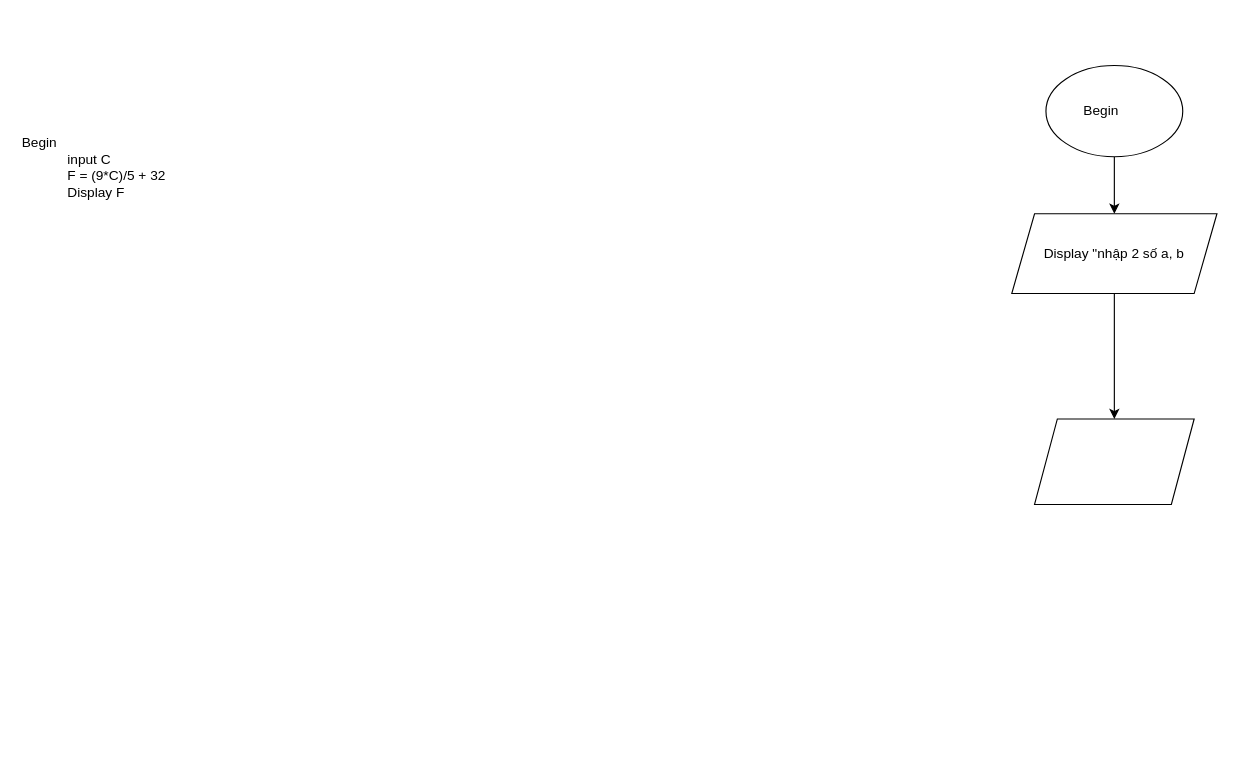
Trongtangoc/CGDN-C0824M1-Ta-Ngoc-Trong keeps this draw.io diagram as page "Convert temp" (1 of 2) of ss3_Hello_world/module1_ss3.drawio. Above is the earlier version. Source tidied: cells renumbered, new cells numbered last; positions are measured from the earlier drawing's top-left corner, leaving out a move shared by most shapes. Both pictures are drawn from the tidied source at 114%, with x=0, y=0 at pixel (19, 65).
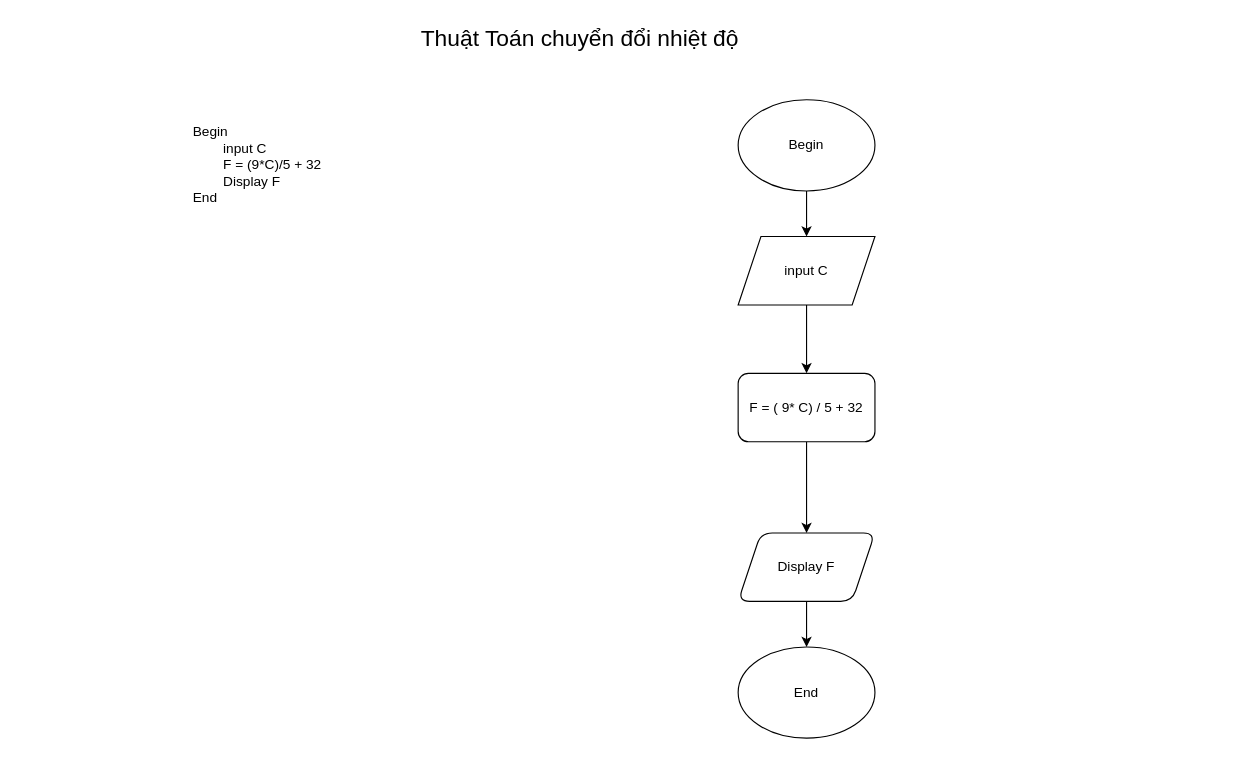
The same page after the edit.

Commit message:
Cập nhật module1_ss3.drawio

The edit, as a diff of the source:
```diff
@@
 <mxGraphModel>
   <root>
     <mxCell id="0" />
     <mxCell id="1" parent="0" />
-    <mxCell id="2" style="edgeStyle=orthogonalEdgeStyle;rounded=0;jettySize=auto;html=1;" parent="1" edge="1" source="3" target="5">
-      <mxGeometry relative="1" as="geometry" />
-    </mxCell>
+    <mxCell id="7" value="&lt;div&gt;&lt;br&gt;&lt;/div&gt;Begin&lt;div&gt;&lt;span style=&quot;white-space: pre;&quot;&gt;&#9;&lt;/span&gt;&lt;span style=&quot;background-color: initial;&quot;&gt;input C&lt;/span&gt;&lt;div&gt;&lt;span style=&quot;background-color: initial;&quot;&gt;&lt;span style=&quot;white-space: pre;&quot;&gt;&#9;&lt;/span&gt;F = (9*C)/5 + 32&lt;/span&gt;&lt;/div&gt;&lt;div&gt;&lt;span style=&quot;background-color: initial;&quot;&gt;&lt;span style=&quot;white-space: pre;&quot;&gt;&#9;&lt;/span&gt;Display F&lt;/span&gt;&lt;span style=&quot;background-color: initial;&quot;&gt;&amp;nbsp;&lt;/span&gt;&lt;/div&gt;&lt;div&gt;&lt;span style=&quot;background-color: initial;&quot;&gt;End&lt;/span&gt;&lt;br&gt;&lt;/div&gt;&lt;div&gt;&lt;br&gt;&lt;blockquote style=&quot;margin: 0 0 0 40px; border: none; padding: 0px;&quot;&gt;&lt;div&gt;&lt;br&gt;&lt;/div&gt;&lt;div&gt;&lt;span style=&quot;background-color: initial;&quot;&gt;&lt;br&gt;&lt;/span&gt;&lt;/div&gt;&lt;/blockquote&gt;&lt;/div&gt;&lt;/div&gt;" style="text;html=1;align=left;verticalAlign=top;whiteSpace=wrap;rounded=0;horizontal=1;" parent="1" vertex="1">
+      <mxGeometry x="150" y="30" width="160" height="160" as="geometry" />
+    </mxCell>
+    <mxCell id="8" value="&lt;font style=&quot;font-size: 20px;&quot;&gt;Thuật Toán chuyển đổi nhiệt độ&lt;/font&gt;" style="text;html=1;align=left;verticalAlign=middle;whiteSpace=wrap;rounded=0;" parent="1" vertex="1">
+      <mxGeometry x="350" y="-40" width="320" height="30" as="geometry" />
+    </mxCell>
+    <mxCell id="9" style="edgeStyle=orthogonalEdgeStyle;rounded=0;jettySize=auto;html=1;" parent="1" edge="1" source="3" target="11">
+      <mxGeometry relative="1" as="geometry" />
+    </mxCell>
-    <mxCell id="3" value="Begin&lt;span style=&quot;white-space: pre;&quot;&gt;&#9;&lt;/span&gt;" style="ellipse;whiteSpace=wrap;html=1;" parent="1" vertex="1">
-      <mxGeometry x="900" width="120" height="80" as="geometry" />
+    <mxCell id="3" value="Begin" style="ellipse;whiteSpace=wrap;html=1;" parent="1" vertex="1">
+      <mxGeometry x="630" y="30" width="120" height="80" as="geometry" />
     </mxCell>
-    <mxCell id="4" style="edgeStyle=orthogonalEdgeStyle;rounded=0;jettySize=auto;html=1;" parent="1" edge="1" source="5" target="6">
-      <mxGeometry relative="1" as="geometry" />
-    </mxCell>
-    <mxCell id="5" value="Display &quot;nhập 2 số a, b" style="shape=parallelogram;perimeter=parallelogramPerimeter;whiteSpace=wrap;html=1;fixedSize=1;" parent="1" vertex="1">
-      <mxGeometry x="870" y="130" width="180" height="70" as="geometry" />
-    </mxCell>
-    <mxCell id="6" style="shape=parallelogram;perimeter=parallelogramPerimeter;whiteSpace=wrap;html=1;fixedSize=1;" parent="1" vertex="1">
-      <mxGeometry x="890" y="310" width="140" height="75" as="geometry" />
-    </mxCell>
-    <mxCell id="7" value="&lt;div&gt;&lt;br&gt;&lt;/div&gt;Begin&lt;blockquote style=&quot;margin: 0 0 0 40px; border: none; padding: 0px;&quot;&gt;&lt;div&gt;&lt;span style=&quot;background-color: initial;&quot;&gt;input C&lt;/span&gt;&lt;/div&gt;&lt;div&gt;&lt;span style=&quot;background-color: initial;&quot;&gt;F = (9*C)/5 + 32&lt;/span&gt;&lt;/div&gt;&lt;div&gt;&lt;span style=&quot;background-color: initial;&quot;&gt;Display F&lt;/span&gt;&lt;span style=&quot;background-color: initial;&quot;&gt;&amp;nbsp;&lt;/span&gt;&lt;/div&gt;&lt;div&gt;&lt;span style=&quot;background-color: initial;&quot;&gt;&lt;br&gt;&lt;/span&gt;&lt;/div&gt;&lt;/blockquote&gt;" style="text;html=1;align=left;verticalAlign=top;whiteSpace=wrap;rounded=0;horizontal=1;" parent="1" vertex="1">
-      <mxGeometry y="40" width="490" height="440" as="geometry" />
-    </mxCell>
+    <mxCell id="10" style="edgeStyle=orthogonalEdgeStyle;rounded=0;jettySize=auto;html=1;" parent="1" edge="1" source="11" target="13">
+      <mxGeometry relative="1" as="geometry" />
+    </mxCell>
+    <mxCell id="11" value="input C" style="shape=parallelogram;perimeter=parallelogramPerimeter;whiteSpace=wrap;html=1;fixedSize=1;" parent="1" vertex="1">
+      <mxGeometry x="630" y="150" width="120" height="60" as="geometry" />
+    </mxCell>
+    <mxCell id="12" style="edgeStyle=orthogonalEdgeStyle;rounded=0;jettySize=auto;html=1;" parent="1" edge="1" source="13" target="15">
+      <mxGeometry relative="1" as="geometry" />
+    </mxCell>
+    <mxCell id="13" value="F = ( 9* C) / 5 + 32" style="rounded=1;whiteSpace=wrap;html=1;" parent="1" vertex="1">
+      <mxGeometry x="630" y="270" width="120" height="60" as="geometry" />
+    </mxCell>
+    <mxCell id="14" style="edgeStyle=orthogonalEdgeStyle;rounded=0;jettySize=auto;html=1;exitX=0.5;exitY=1;exitDx=0;exitDy=0;entryX=0.5;entryY=0;entryDx=0;entryDy=0;" parent="1" edge="1" source="15" target="16">
+      <mxGeometry relative="1" as="geometry" />
+    </mxCell>
+    <mxCell id="15" value="Display F" style="shape=parallelogram;perimeter=parallelogramPerimeter;whiteSpace=wrap;html=1;fixedSize=1;rounded=1;" parent="1" vertex="1">
+      <mxGeometry x="630" y="410" width="120" height="60" as="geometry" />
+    </mxCell>
+    <mxCell id="16" value="End" style="ellipse;whiteSpace=wrap;html=1;" parent="1" vertex="1">
+      <mxGeometry x="630" y="510" width="120" height="80" as="geometry" />
+    </mxCell>
   </root>
 </mxGraphModel>
```
